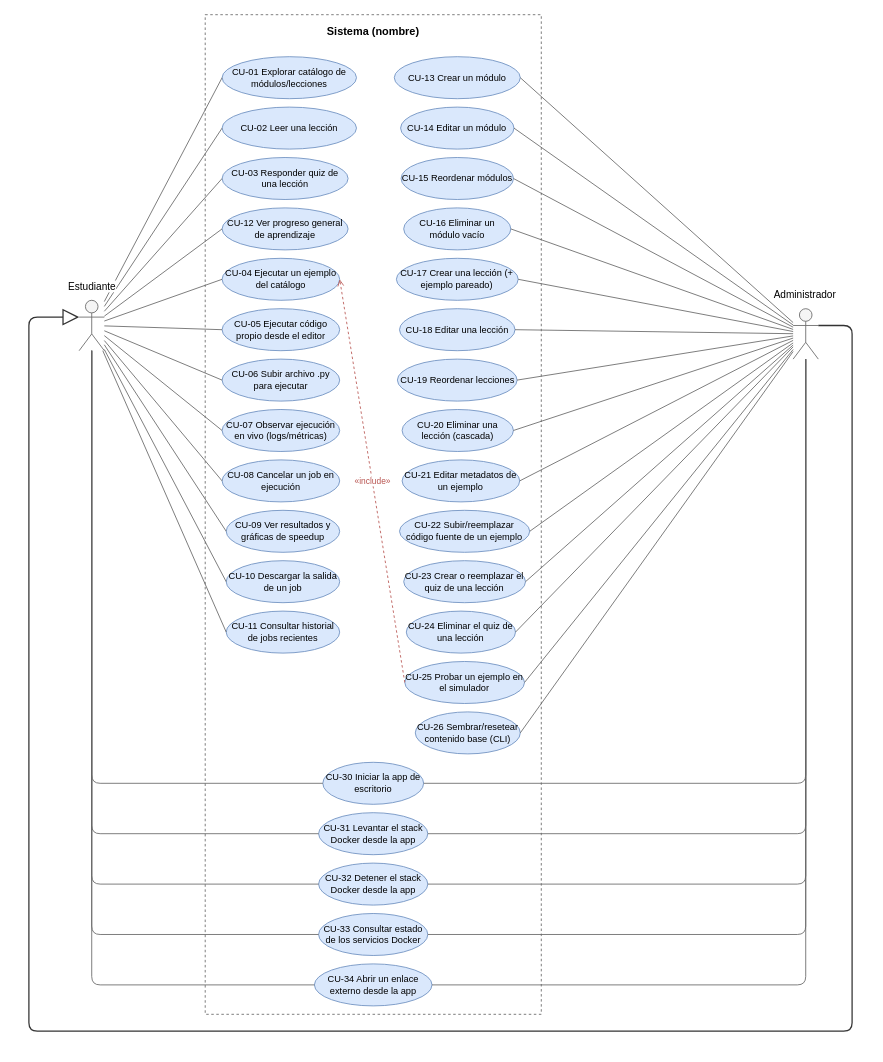
This is telar/docs/diagrams/casos-de-uso.drawio from JorgeHSLA/tesis, a draw.io file, before an edit. Source tidied: cells renumbered, new cells numbered last; positions are measured from the earlier drawing's top-left corner, leaving out a move shared by most shapes. Both pictures are drawn from the tidied source at 84%, with x=0, y=0 at pixel (29, 14).
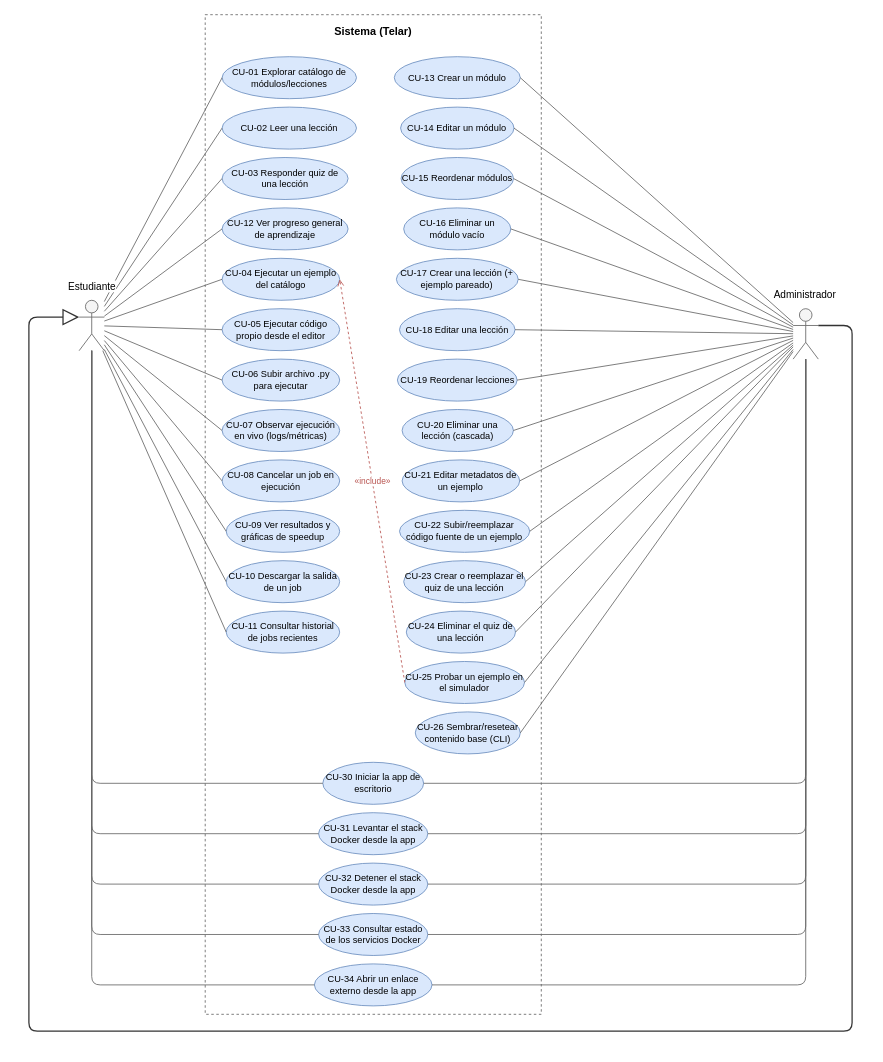
The same page after the edit.

Commit message:
fix(diagram): correct system name in use case diagram for Telar

The edit, as a diff of the source:
```diff
@@
-    <mxCell id="2" value="Sistema (nombre)" style="rounded=0;whiteSpace=wrap;html=1;verticalAlign=top;align=center;fontStyle=1;fontSize=13;fillColor=none;strokeColor=#666666;dashed=1;spacingTop=6;" parent="1" vertex="1">
+    <mxCell id="2" value="Sistema (Telar)" style="rounded=0;whiteSpace=wrap;html=1;verticalAlign=top;align=center;fontStyle=1;fontSize=13;fillColor=none;strokeColor=#666666;dashed=1;spacingTop=6;" parent="1" vertex="1">
       <mxGeometry x="209.8" width="400.1" height="1190" as="geometry" />
     </mxCell>
```
